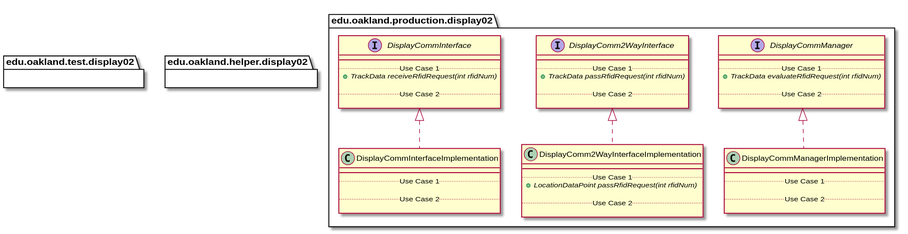
andrewdimmer/csi-3370-software-project keeps this PlantUML diagram as docs/uml-class-diagrams/display02/Display02Packages_Closure.svg. Above is the earlier version. Source of this version:
```plantuml
@startuml Display02Packages_Closure


package edu.oakland.production.display02 {

}



package edu.oakland.production.display02 {
    interface DisplayCommInterface {
        __
        .. Use Case 1 ..
        {abstract} + TrackData receiveRfidRequest(int rfidNum)

        .. Use Case 2 ..

    }
}








package edu.oakland.production.display02 {
    interface DisplayComm2WayInterface {
        __
        .. Use Case 1 ..
        {abstract} + TrackData passRfidRequest(int rfidNum)

        .. Use Case 2 ..

    }
}








package edu.oakland.production.display02 {
    interface DisplayCommManager {
        __
        .. Use Case 1 ..
        {abstract} + TrackData evaluateRfidRequest(int rfidNum)

        .. Use Case 2 ..

    }
}








package edu.oakland.production.display02 {
    class DisplayCommInterfaceImplementation {
        __
        .. Use Case 1 ..

        .. Use Case 2 ..

    }
}


DisplayCommInterfaceImplementation .up.|> DisplayCommInterface







package edu.oakland.production.display02 {
    class DisplayComm2WayInterfaceImplementation {
        __
        .. Use Case 1 ..
        {abstract} + LocationDataPoint passRfidRequest(int rfidNum)

        .. Use Case 2 ..

    }
}


DisplayComm2WayInterfaceImplementation .up.|> DisplayComm2WayInterface







package edu.oakland.production.display02 {
    class DisplayCommManagerImplementation {
        __
        .. Use Case 1 ..

        .. Use Case 2 ..

    }
}


DisplayCommManagerImplementation .up.|> DisplayCommManager







package edu.oakland.test.display02 {

}


package edu.oakland.helper.display02 {

}


@enduml
```
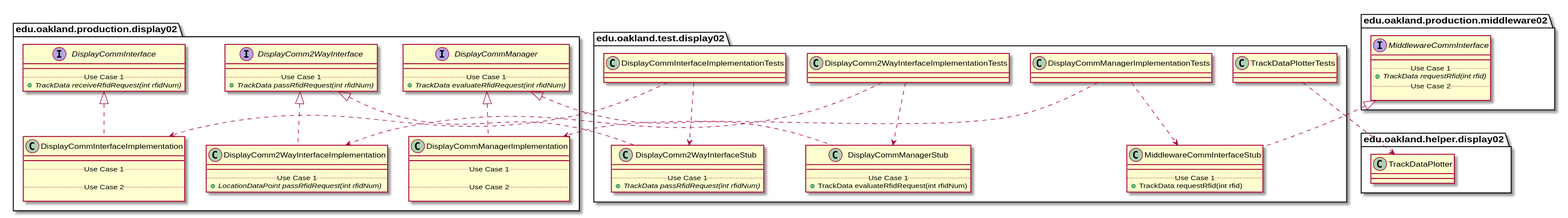
Later version of the same file.

The edit, as a diff of the source:
```diff
@@ -12,9 +12,6 @@
         __
         .. Use Case 1 ..
         {abstract} + TrackData receiveRfidRequest(int rfidNum)
-
-        .. Use Case 2 ..
-
     }
 }
 
@@ -30,9 +27,6 @@
         __
         .. Use Case 1 ..
         {abstract} + TrackData passRfidRequest(int rfidNum)
-
-        .. Use Case 2 ..
-
     }
 }
 
@@ -48,9 +42,6 @@
         __
         .. Use Case 1 ..
         {abstract} + TrackData evaluateRfidRequest(int rfidNum)
-
-        .. Use Case 2 ..
-
     }
 }
 
@@ -85,9 +76,6 @@
         __
         .. Use Case 1 ..
         {abstract} + LocationDataPoint passRfidRequest(int rfidNum)
-
-        .. Use Case 2 ..
-
     }
 }
 
@@ -124,9 +112,144 @@
 }
 
 
+
+package edu.oakland.test.display02 {
+    class DisplayCommInterfaceImplementationTests {
+
+    }
+}
+
+
+
+
+package edu.oakland.test.display02 {
+    class DisplayComm2WayInterfaceStub {
+        __
+        .. Use Case 1 ..
+        {abstract} + TrackData passRfidRequest(int rfidNum)
+    }
+}
+
+
+DisplayComm2WayInterfaceStub .up.|> DisplayComm2WayInterface
+
+
+
+DisplayCommInterfaceImplementationTests ..> DisplayComm2WayInterfaceStub
+
+DisplayCommInterfaceImplementationTests ..> DisplayCommInterfaceImplementation
+
+
+
+
+
+package edu.oakland.test.display02 {
+    class DisplayComm2WayInterfaceImplementationTests {
+
+    }
+}
+
+
+
+
+package edu.oakland.test.display02 {
+    class DisplayCommManagerStub {
+        __
+        .. Use Case 1 ..
+        + TrackData evaluateRfidRequest(int rfidNum)
+    }
+}
+
+
+DisplayCommManagerStub .up.|> DisplayCommManager
+
+
+
+DisplayComm2WayInterfaceImplementationTests ..> DisplayCommManagerStub
+
+DisplayComm2WayInterfaceImplementationTests ..> DisplayComm2WayInterfaceImplementation
+
+
+
+
+
+package edu.oakland.test.display02 {
+    class DisplayCommManagerImplementationTests {
+
+    }
+}
+
+
+
+
+package edu.oakland.test.display02 {
+    class MiddlewareCommInterfaceStub {
+        __
+        .. Use Case 1 ..
+        + TrackData requestRfid(int rfid)
+    }
+}
+
+
+
+
+
+
+package edu.oakland.production.middleware02 {
+    interface MiddlewareCommInterface {
+        __
+        .. Use Case 1 ..
+        {abstract} + TrackData requestRfid(int rfid)
+        .. Use Case 2 ..
+
+    }
+}
+
+
+
+
+
+
+MiddlewareCommInterfaceStub .up.|> MiddlewareCommInterface
+
+DisplayCommManagerImplementationTests ..> MiddlewareCommInterfaceStub
+
+DisplayCommManagerImplementationTests ..> DisplayCommManagerImplementation
+
+
+
+
+
+package edu.oakland.test.display02 {
+    class TrackDataPlotterTests {
+
+    }
+}
+
+
+
+
+package edu.oakland.helper.display02 {
+    class TrackDataPlotter {
+
+    }
+}
+
+
+
+
+
+
+TrackDataPlotterTests ..> TrackDataPlotter
+
+
+
+
+
 package edu.oakland.helper.display02 {
 
 }
 
 
+
 @enduml
```
